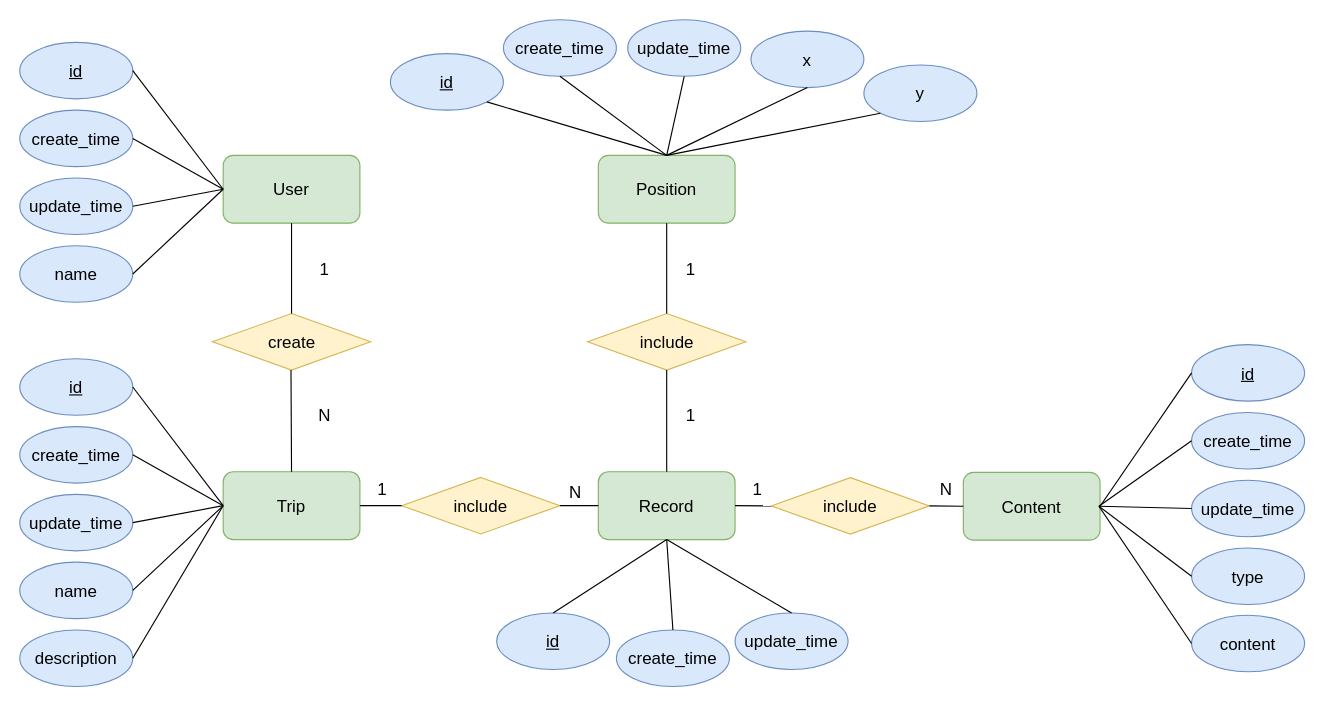
The draw.io diagram Untitled Diagram.drawio in vvangshaopeng/Test, before the edit. Source tidied: cells renumbered, new cells numbered last; positions are measured from the earlier drawing's top-left corner, leaving out a move shared by most shapes. Both pictures are drawn from the tidied source at 113%, with x=0, y=0 at pixel (19, 19).
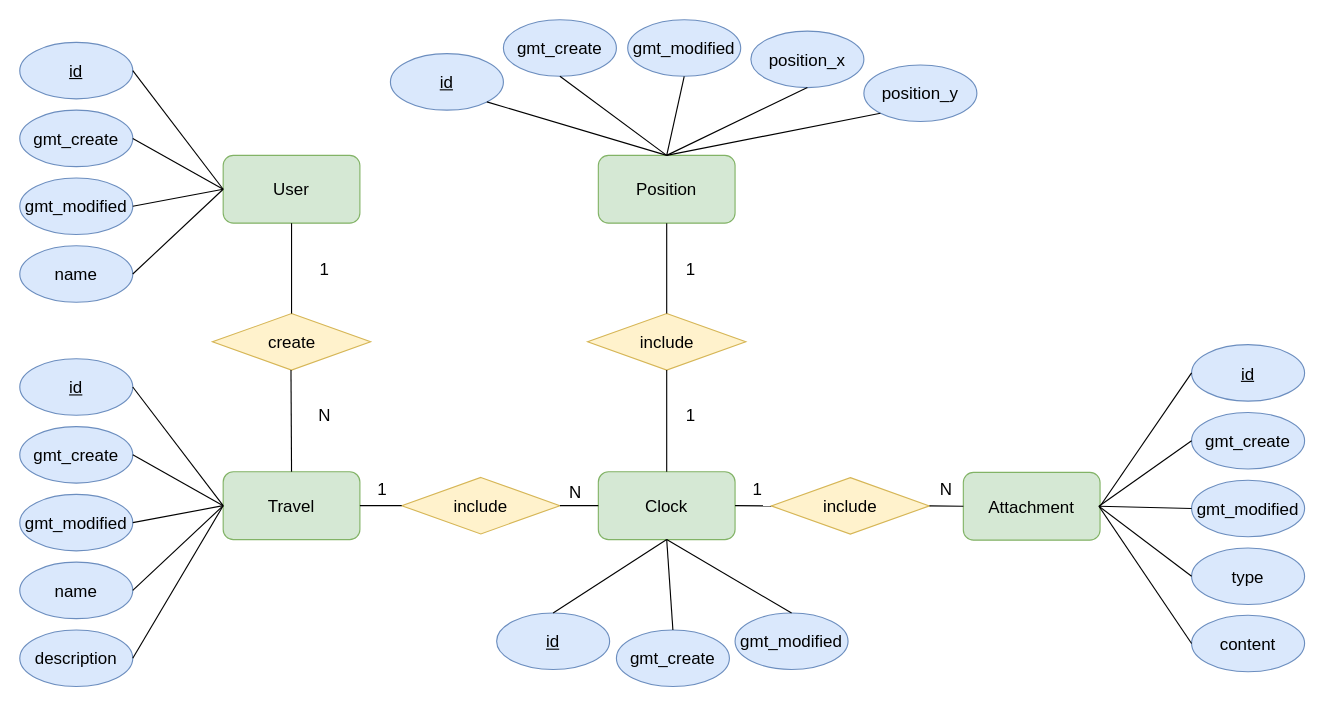
After the change.

Diff of the diagram source:
```diff
@@
-    <mxCell id="3" value="Trip" style="rounded=1;whiteSpace=wrap;html=1;fillColor=#d5e8d4;strokeColor=#82b366;fontSize=15;" parent="1" vertex="1">
+    <mxCell id="3" value="Travel" style="rounded=1;whiteSpace=wrap;html=1;fillColor=#d5e8d4;strokeColor=#82b366;fontSize=15;" parent="1" vertex="1">
       <mxGeometry x="180" y="400" width="121" height="60" as="geometry" />
     </mxCell>
@@
-    <mxCell id="5" value="Record" style="rounded=1;whiteSpace=wrap;html=1;fillColor=#d5e8d4;strokeColor=#82b366;fontSize=15;" parent="1" vertex="1">
+    <mxCell id="5" value="Clock" style="rounded=1;whiteSpace=wrap;html=1;fillColor=#d5e8d4;strokeColor=#82b366;fontSize=15;" parent="1" vertex="1">
       <mxGeometry x="512" y="400" width="121" height="60" as="geometry" />
     </mxCell>
-    <mxCell id="6" value="Content" style="rounded=1;whiteSpace=wrap;html=1;fillColor=#d5e8d4;strokeColor=#82b366;fontSize=15;" parent="1" vertex="1">
+    <mxCell id="6" value="Attachment" style="rounded=1;whiteSpace=wrap;html=1;fillColor=#d5e8d4;strokeColor=#82b366;fontSize=15;" parent="1" vertex="1">
       <mxGeometry x="835" y="400.5" width="121" height="60" as="geometry" />
     </mxCell>
@@
-    <mxCell id="8" value="create_time" style="ellipse;whiteSpace=wrap;html=1;fillColor=#dae8fc;strokeColor=#6c8ebf;fontSize=15;" parent="1" vertex="1">
+    <mxCell id="8" value="gmt_create" style="ellipse;whiteSpace=wrap;html=1;fillColor=#dae8fc;strokeColor=#6c8ebf;fontSize=15;" parent="1" vertex="1">
       <mxGeometry y="80" width="100" height="50" as="geometry" />
     </mxCell>
-    <mxCell id="9" value="update_time" style="ellipse;whiteSpace=wrap;html=1;fillColor=#dae8fc;strokeColor=#6c8ebf;fontSize=15;" parent="1" vertex="1">
+    <mxCell id="9" value="gmt_modified" style="ellipse;whiteSpace=wrap;html=1;fillColor=#dae8fc;strokeColor=#6c8ebf;fontSize=15;" parent="1" vertex="1">
       <mxGeometry y="140" width="100" height="50" as="geometry" />
     </mxCell>
@@
-    <mxCell id="16" value="create_time" style="ellipse;whiteSpace=wrap;html=1;fillColor=#dae8fc;strokeColor=#6c8ebf;fontSize=15;" parent="1" vertex="1">
+    <mxCell id="16" value="gmt_create" style="ellipse;whiteSpace=wrap;html=1;fillColor=#dae8fc;strokeColor=#6c8ebf;fontSize=15;" parent="1" vertex="1">
       <mxGeometry x="428" width="100" height="50" as="geometry" />
     </mxCell>
-    <mxCell id="17" value="update_time" style="ellipse;whiteSpace=wrap;html=1;fillColor=#dae8fc;strokeColor=#6c8ebf;fontSize=15;" parent="1" vertex="1">
+    <mxCell id="17" value="gmt_modified" style="ellipse;whiteSpace=wrap;html=1;fillColor=#dae8fc;strokeColor=#6c8ebf;fontSize=15;" parent="1" vertex="1">
       <mxGeometry x="538" width="100" height="50" as="geometry" />
     </mxCell>
-    <mxCell id="18" value="x" style="ellipse;whiteSpace=wrap;html=1;fillColor=#dae8fc;strokeColor=#6c8ebf;fontSize=15;" parent="1" vertex="1">
+    <mxCell id="18" value="position_x" style="ellipse;whiteSpace=wrap;html=1;fillColor=#dae8fc;strokeColor=#6c8ebf;fontSize=15;" parent="1" vertex="1">
       <mxGeometry x="647" y="10" width="100" height="50" as="geometry" />
     </mxCell>
-    <mxCell id="19" value="y" style="ellipse;whiteSpace=wrap;html=1;fillColor=#dae8fc;strokeColor=#6c8ebf;fontSize=15;" parent="1" vertex="1">
+    <mxCell id="19" value="position_y" style="ellipse;whiteSpace=wrap;html=1;fillColor=#dae8fc;strokeColor=#6c8ebf;fontSize=15;" parent="1" vertex="1">
       <mxGeometry x="747" y="40" width="100" height="50" as="geometry" />
     </mxCell>
@@
-    <mxCell id="26" value="create_time" style="ellipse;whiteSpace=wrap;html=1;fillColor=#dae8fc;strokeColor=#6c8ebf;fontSize=15;" parent="1" vertex="1">
+    <mxCell id="26" value="gmt_create" style="ellipse;whiteSpace=wrap;html=1;fillColor=#dae8fc;strokeColor=#6c8ebf;fontSize=15;" parent="1" vertex="1">
       <mxGeometry y="360" width="100" height="50" as="geometry" />
     </mxCell>
-    <mxCell id="27" value="update_time" style="ellipse;whiteSpace=wrap;html=1;fillColor=#dae8fc;strokeColor=#6c8ebf;fontSize=15;" parent="1" vertex="1">
+    <mxCell id="27" value="gmt_modified" style="ellipse;whiteSpace=wrap;html=1;fillColor=#dae8fc;strokeColor=#6c8ebf;fontSize=15;" parent="1" vertex="1">
       <mxGeometry y="420" width="100" height="50" as="geometry" />
     </mxCell>
@@
-    <mxCell id="36" value="create_time" style="ellipse;whiteSpace=wrap;html=1;fillColor=#dae8fc;strokeColor=#6c8ebf;fontSize=15;" parent="1" vertex="1">
+    <mxCell id="36" value="gmt_create" style="ellipse;whiteSpace=wrap;html=1;fillColor=#dae8fc;strokeColor=#6c8ebf;fontSize=15;" parent="1" vertex="1">
       <mxGeometry x="528" y="540" width="100" height="50" as="geometry" />
     </mxCell>
-    <mxCell id="37" value="update_time" style="ellipse;whiteSpace=wrap;html=1;fillColor=#dae8fc;strokeColor=#6c8ebf;fontSize=15;" parent="1" vertex="1">
+    <mxCell id="37" value="gmt_modified" style="ellipse;whiteSpace=wrap;html=1;fillColor=#dae8fc;strokeColor=#6c8ebf;fontSize=15;" parent="1" vertex="1">
       <mxGeometry x="633" y="525" width="100" height="50" as="geometry" />
     </mxCell>
@@
-    <mxCell id="42" value="create_time" style="ellipse;whiteSpace=wrap;html=1;fillColor=#dae8fc;strokeColor=#6c8ebf;fontSize=15;" parent="1" vertex="1">
+    <mxCell id="42" value="gmt_create" style="ellipse;whiteSpace=wrap;html=1;fillColor=#dae8fc;strokeColor=#6c8ebf;fontSize=15;" parent="1" vertex="1">
       <mxGeometry x="1037" y="347.5" width="100" height="50" as="geometry" />
     </mxCell>
-    <mxCell id="43" value="update_time" style="ellipse;whiteSpace=wrap;html=1;fillColor=#dae8fc;strokeColor=#6c8ebf;fontSize=15;" parent="1" vertex="1">
+    <mxCell id="43" value="gmt_modified" style="ellipse;whiteSpace=wrap;html=1;fillColor=#dae8fc;strokeColor=#6c8ebf;fontSize=15;" parent="1" vertex="1">
       <mxGeometry x="1037" y="407.5" width="100" height="50" as="geometry" />
     </mxCell>
```
